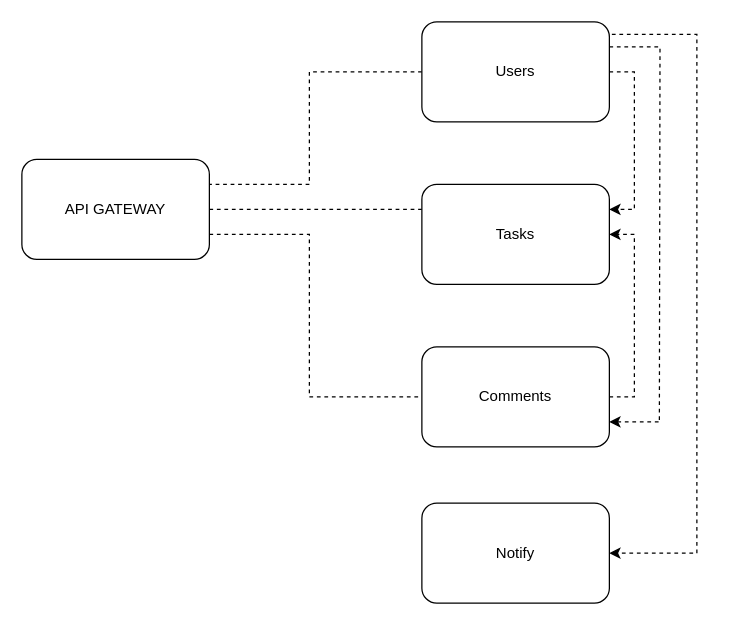
htmlacademy-nestjs/2198797-taskforce-4 keeps this draw.io diagram as specification.drawio. Above is the earlier version. Source tidied: cells renumbered, new cells numbered last; positions are measured from the earlier drawing's top-left corner, leaving out a move shared by most shapes. Both pictures are drawn from the tidied source at 125%, with x=0, y=0 at pixel (21, 21).
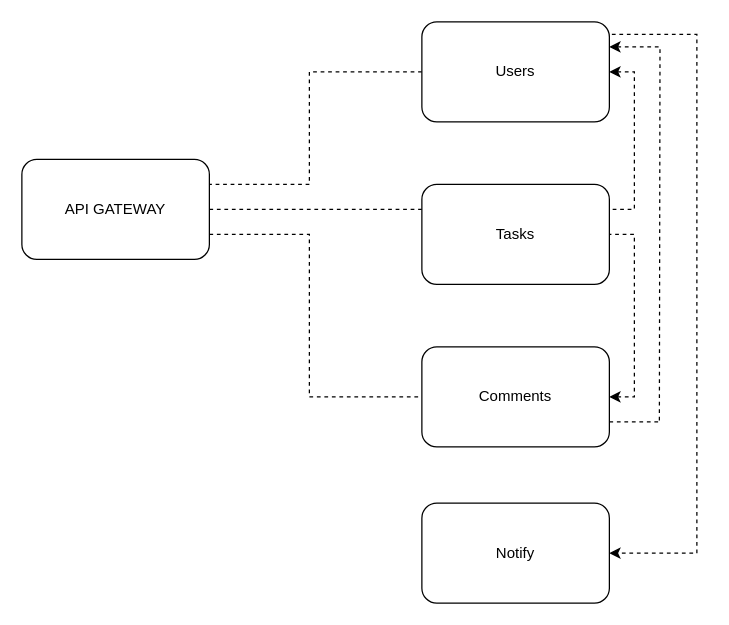
The same diagram, later.

Unchanged cells that the change refers to:
```xml
<mxCell id="6" value="Users" style="rounded=1;whiteSpace=wrap;html=1;" parent="1" vertex="1">
  <mxGeometry x="320" width="150" height="80" as="geometry" />
</mxCell>
<mxCell id="8" value="Tasks" style="rounded=1;whiteSpace=wrap;html=1;" parent="1" vertex="1">
  <mxGeometry x="320" y="130" width="150" height="80" as="geometry" />
</mxCell>
<mxCell id="11" value="Comments" style="rounded=1;whiteSpace=wrap;html=1;" parent="1" vertex="1">
  <mxGeometry x="320" y="260" width="150" height="80" as="geometry" />
</mxCell>
```

Diff of the diagram source:
```diff
@@
-    <mxCell id="2" style="edgeStyle=orthogonalEdgeStyle;rounded=0;jettySize=auto;html=1;exitX=1;exitY=0.5;exitDx=0;exitDy=0;entryX=1;entryY=0.25;entryDx=0;entryDy=0;dashed=1;" parent="1" edge="1" source="6" target="8">
+    <mxCell id="2" style="edgeStyle=orthogonalEdgeStyle;rounded=0;jettySize=auto;html=1;exitX=1;exitY=0.5;exitDx=0;exitDy=0;entryX=1;entryY=0.25;entryDx=0;entryDy=0;dashed=1;endArrow=none;endFill=0;startArrow=classic;startFill=1;" parent="1" edge="1" source="6" target="8">
       <mxGeometry relative="1" as="geometry" />
     </mxCell>
@@
-    <mxCell id="4" style="edgeStyle=orthogonalEdgeStyle;rounded=0;jettySize=auto;html=1;exitX=1;exitY=0.25;exitDx=0;exitDy=0;endArrow=none;endFill=0;dashed=1;" parent="1" edge="1" source="6">
+    <mxCell id="4" style="edgeStyle=orthogonalEdgeStyle;rounded=0;jettySize=auto;html=1;exitX=1;exitY=0.25;exitDx=0;exitDy=0;endArrow=none;endFill=0;dashed=1;startArrow=classic;startFill=1;" parent="1" edge="1" source="6">
       <mxGeometry relative="1" as="geometry">
         <mxPoint x="510" y="320" as="targetPoint" />
       </mxGeometry>
     </mxCell>
@@
-    <mxCell id="9" style="edgeStyle=orthogonalEdgeStyle;rounded=0;jettySize=auto;html=1;exitX=1;exitY=0.5;exitDx=0;exitDy=0;entryX=1;entryY=0.5;entryDx=0;entryDy=0;dashed=1;" parent="1" edge="1" source="11" target="8">
+    <mxCell id="9" style="edgeStyle=orthogonalEdgeStyle;rounded=0;jettySize=auto;html=1;exitX=1;exitY=0.5;exitDx=0;exitDy=0;entryX=1;entryY=0.5;entryDx=0;entryDy=0;dashed=1;startArrow=classic;startFill=1;endArrow=none;endFill=0;" parent="1" edge="1" source="11" target="8">
       <mxGeometry relative="1" as="geometry" />
     </mxCell>
-    <mxCell id="10" style="edgeStyle=none;rounded=0;jettySize=auto;html=1;exitX=1;exitY=0.75;exitDx=0;exitDy=0;endArrow=none;endFill=0;startArrow=classic;startFill=1;dashed=1;" parent="1" edge="1" source="11">
+    <mxCell id="10" style="edgeStyle=none;rounded=0;jettySize=auto;html=1;exitX=1;exitY=0.75;exitDx=0;exitDy=0;endArrow=none;endFill=0;startArrow=none;startFill=0;dashed=1;" parent="1" edge="1" source="11">
       <mxGeometry relative="1" as="geometry">
         <mxPoint x="510" y="320" as="targetPoint" />
       </mxGeometry>
     </mxCell>
```
